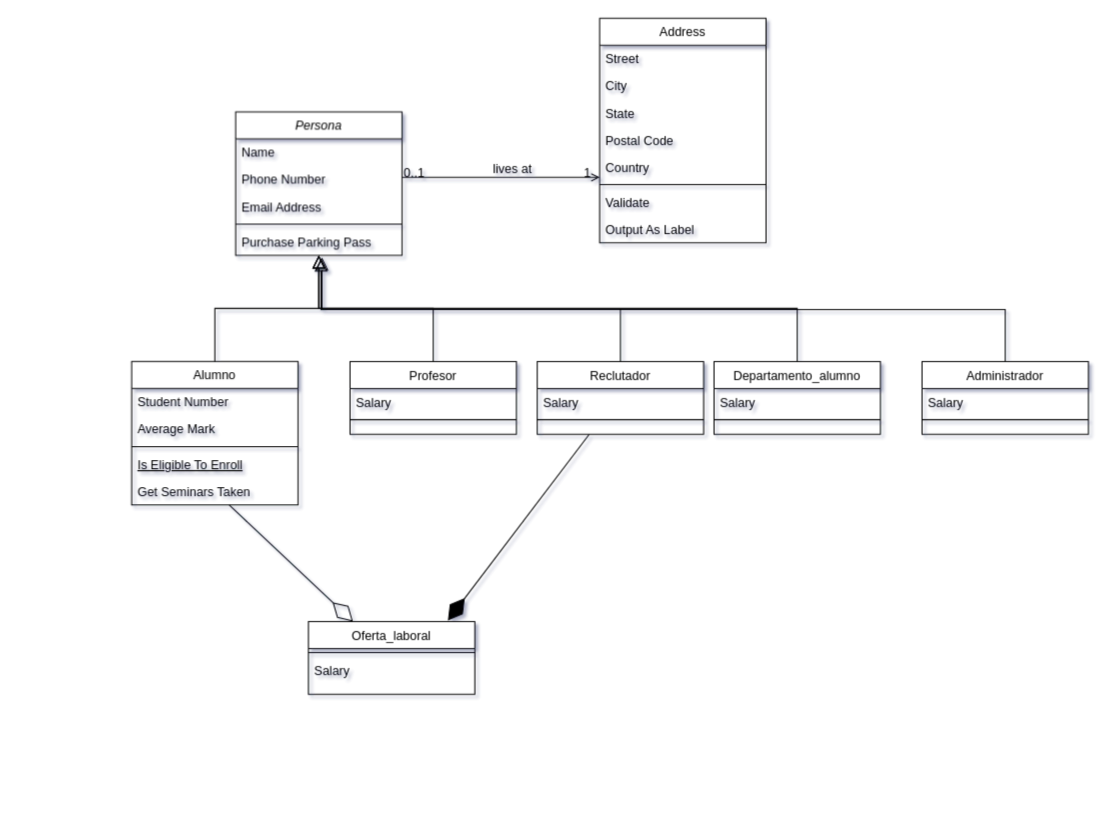
Above: Documentacion/Diagrama de clases.drawio in riascas/UniP (draw.io), before the change. Source tidied: cells renumbered, new cells numbered last; positions are measured from the earlier drawing's top-left corner, leaving out a move shared by most shapes. Both pictures are drawn from the tidied source at 104%, with x=0, y=0 at pixel (131, 18).
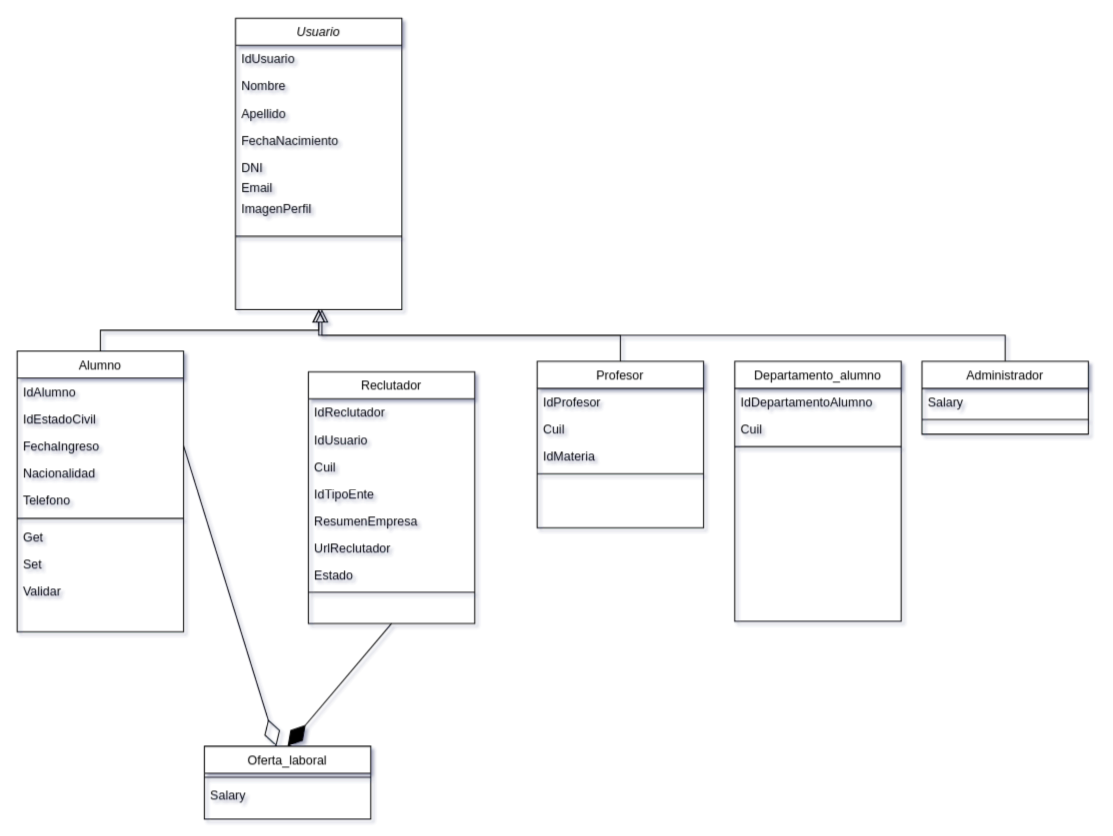
The same diagram, later.

Commit message (it also covers changes not shown here):
modificacion de clases

Unchanged cells that the change refers to:
```xml
<mxCell id="46" value="Administrador" style="swimlane;fontStyle=0;align=center;verticalAlign=top;horizontal=1;startSize=26;rounded=0;shadow=0;strokeWidth=1;" parent="1" vertex="1">
  <mxGeometry x="760" y="330" width="160" height="70" as="geometry" />
</mxCell>
```

What changed in the source:
```diff
@@
-    <mxCell id="2" value="Persona" style="swimlane;fontStyle=2;align=center;verticalAlign=top;horizontal=1;startSize=26;rounded=0;shadow=0;strokeWidth=1;" parent="1" vertex="1">
-      <mxGeometry x="100" y="90" width="160" height="138" as="geometry" />
+    <mxCell id="2" value="Usuario" style="swimlane;fontStyle=2;align=center;verticalAlign=top;horizontal=1;startSize=26;rounded=0;shadow=0;strokeWidth=1;" parent="1" vertex="1">
+      <mxGeometry x="100" width="160" height="280" as="geometry" />
     </mxCell>
-    <mxCell id="3" value="Name" style="text;align=left;verticalAlign=top;spacingLeft=4;spacingRight=4;overflow=hidden;" parent="2" vertex="1">
+    <mxCell id="3" value="IdUsuario " style="text;align=left;verticalAlign=top;spacingLeft=4;spacingRight=4;overflow=hidden;" parent="2" vertex="1">
       <mxGeometry y="26" width="160" height="26" as="geometry" />
     </mxCell>
-    <mxCell id="4" value="Phone Number" style="text;align=left;verticalAlign=top;spacingLeft=4;spacingRight=4;overflow=hidden;rounded=0;shadow=0;html=0;" parent="2" vertex="1">
+    <mxCell id="4" value="Nombre" style="text;align=left;verticalAlign=top;spacingLeft=4;spacingRight=4;overflow=hidden;rounded=0;shadow=0;html=0;" parent="2" vertex="1">
       <mxGeometry y="52" width="160" height="26" as="geometry" />
     </mxCell>
-    <mxCell id="5" value="Email Address" style="text;align=left;verticalAlign=top;spacingLeft=4;spacingRight=4;overflow=hidden;rounded=0;shadow=0;html=0;" parent="2" vertex="1">
+    <mxCell id="5" value="Apellido&#10;" style="text;align=left;verticalAlign=top;spacingLeft=4;spacingRight=4;overflow=hidden;rounded=0;shadow=0;html=0;" parent="2" vertex="1">
       <mxGeometry y="78" width="160" height="26" as="geometry" />
     </mxCell>
+    <mxCell id="7" value="FechaNacimiento" style="text;align=left;verticalAlign=top;spacingLeft=4;spacingRight=4;overflow=hidden;points=[[0,0.5],[1,0.5]];portConstraint=eastwest;" parent="2" vertex="1">
+      <mxGeometry y="104" width="160" height="26" as="geometry" />
+    </mxCell>
+    <mxCell id="49" value="DNI" style="text;align=left;verticalAlign=top;spacingLeft=4;spacingRight=4;overflow=hidden;" parent="2" vertex="1">
+      <mxGeometry y="130" width="160" height="20" as="geometry" />
+    </mxCell>
+    <mxCell id="50" value="Email" style="text;align=left;verticalAlign=top;spacingLeft=4;spacingRight=4;overflow=hidden;" parent="2" vertex="1">
+      <mxGeometry y="150" width="160" height="20" as="geometry" />
+    </mxCell>
+    <mxCell id="51" value="ImagenPerfil" style="text;align=left;verticalAlign=top;spacingLeft=4;spacingRight=4;overflow=hidden;" parent="2" vertex="1">
+      <mxGeometry y="170" width="160" height="20" as="geometry" />
+    </mxCell>
     <mxCell id="6" style="line;html=1;strokeWidth=1;align=left;verticalAlign=middle;spacingTop=-1;spacingLeft=3;spacingRight=3;labelPosition=right;" parent="2" vertex="1">
-      <mxGeometry y="104" width="160" height="8" as="geometry" />
+      <mxGeometry y="190" width="160" height="40" as="geometry" />
     </mxCell>
-    <mxCell id="7" value="Purchase Parking Pass" style="text;align=left;verticalAlign=top;spacingLeft=4;spacingRight=4;overflow=hidden;points=[[0,0.5],[1,0.5]];portConstraint=eastwest;" parent="2" vertex="1">
-      <mxGeometry y="112" width="160" height="26" as="geometry" />
-    </mxCell>
     <mxCell id="8" value="Alumno" style="swimlane;fontStyle=0;align=center;verticalAlign=top;horizontal=1;startSize=26;rounded=0;shadow=0;strokeWidth=1;" parent="1" vertex="1">
-      <mxGeometry y="330" width="160" height="138" as="geometry" />
+      <mxGeometry x="-110" y="320" width="160" height="270" as="geometry" />
     </mxCell>
-    <mxCell id="9" value="Student Number" style="text;align=left;verticalAlign=top;spacingLeft=4;spacingRight=4;overflow=hidden;" parent="8" vertex="1">
+    <mxCell id="9" value="IdAlumno" style="text;align=left;verticalAlign=top;spacingLeft=4;spacingRight=4;overflow=hidden;" parent="8" vertex="1">
       <mxGeometry y="26" width="160" height="26" as="geometry" />
     </mxCell>
-    <mxCell id="10" value="Average Mark" style="text;align=left;verticalAlign=top;spacingLeft=4;spacingRight=4;overflow=hidden;rounded=0;shadow=0;html=0;" parent="8" vertex="1">
-      <mxGeometry y="52" width="160" height="26" as="geometry" />
-    </mxCell>
+    <mxCell id="52" value="IdEstadoCivil" style="text;align=left;verticalAlign=top;spacingLeft=4;spacingRight=4;overflow=hidden;rounded=0;shadow=0;html=0;" parent="8" vertex="1">
+      <mxGeometry y="52" width="160" height="26" as="geometry" />
+    </mxCell>
+    <mxCell id="53" value="FechaIngreso" style="text;align=left;verticalAlign=top;spacingLeft=4;spacingRight=4;overflow=hidden;points=[[0,0.5],[1,0.5]];portConstraint=eastwest;rounded=0;shadow=0;html=0;" parent="8" vertex="1">
+      <mxGeometry y="78" width="160" height="26" as="geometry" />
+    </mxCell>
+    <mxCell id="54" value="Nacionalidad&#10;" style="text;align=left;verticalAlign=top;spacingLeft=4;spacingRight=4;overflow=hidden;rounded=0;shadow=0;html=0;" parent="8" vertex="1">
+      <mxGeometry y="104" width="160" height="26" as="geometry" />
+    </mxCell>
+    <mxCell id="55" value="Telefono" style="text;align=left;verticalAlign=top;spacingLeft=4;spacingRight=4;overflow=hidden;rounded=0;shadow=0;html=0;" parent="8" vertex="1">
+      <mxGeometry y="130" width="160" height="26" as="geometry" />
+    </mxCell>
     <mxCell id="11" style="line;html=1;strokeWidth=1;align=left;verticalAlign=middle;spacingTop=-1;spacingLeft=3;spacingRight=3;labelPosition=right;" parent="8" vertex="1">
-      <mxGeometry y="78" width="160" height="8" as="geometry" />
+      <mxGeometry y="156" width="160" height="10" as="geometry" />
     </mxCell>
-    <mxCell id="12" value="Is Eligible To Enroll" style="text;align=left;verticalAlign=top;spacingLeft=4;spacingRight=4;overflow=hidden;fontStyle=4;" parent="8" vertex="1">
-      <mxGeometry y="86" width="160" height="26" as="geometry" />
-    </mxCell>
-    <mxCell id="13" value="Get Seminars Taken" style="text;align=left;verticalAlign=top;spacingLeft=4;spacingRight=4;overflow=hidden;points=[[0,0.5],[1,0.5]];portConstraint=eastwest;" parent="8" vertex="1">
-      <mxGeometry y="112" width="160" height="26" as="geometry" />
-    </mxCell>
+    <mxCell id="56" value="Get" style="text;align=left;verticalAlign=top;spacingLeft=4;spacingRight=4;overflow=hidden;rounded=0;shadow=0;html=0;" parent="8" vertex="1">
+      <mxGeometry y="166" width="160" height="26" as="geometry" />
+    </mxCell>
+    <mxCell id="57" value="Set" style="text;align=left;verticalAlign=top;spacingLeft=4;spacingRight=4;overflow=hidden;rounded=0;shadow=0;html=0;" parent="8" vertex="1">
+      <mxGeometry y="192" width="160" height="26" as="geometry" />
+    </mxCell>
+    <mxCell id="58" value="Validar" style="text;align=left;verticalAlign=top;spacingLeft=4;spacingRight=4;overflow=hidden;rounded=0;shadow=0;html=0;" parent="8" vertex="1">
+      <mxGeometry y="218" width="160" height="26" as="geometry" />
+    </mxCell>
     <mxCell id="14" style="endArrow=block;endSize=10;endFill=0;shadow=0;strokeWidth=1;rounded=0;edgeStyle=elbowEdgeStyle;elbow=vertical;" parent="1" edge="1" source="8" target="2">
-      <mxGeometry relative="1" as="geometry" />
+      <mxGeometry relative="1" as="geometry">
+        <Array as="points">
+          <mxPoint x="80" y="300" />
+        </Array>
+      </mxGeometry>
     </mxCell>
     <mxCell id="15" value="Profesor" style="swimlane;fontStyle=0;align=center;verticalAlign=top;horizontal=1;startSize=26;rounded=0;shadow=0;strokeWidth=1;" parent="1" vertex="1">
-      <mxGeometry x="210" y="330" width="160" height="70" as="geometry" />
+      <mxGeometry x="390" y="330" width="160" height="160" as="geometry" />
     </mxCell>
-    <mxCell id="16" value="Salary" style="text;align=left;verticalAlign=top;spacingLeft=4;spacingRight=4;overflow=hidden;" parent="15" vertex="1">
+    <mxCell id="16" value="IdProfesor" style="text;align=left;verticalAlign=top;spacingLeft=4;spacingRight=4;overflow=hidden;" parent="15" vertex="1">
       <mxGeometry y="26" width="160" height="26" as="geometry" />
     </mxCell>
+    <mxCell id="59" value="Cuil" style="text;align=left;verticalAlign=top;spacingLeft=4;spacingRight=4;overflow=hidden;" parent="15" vertex="1">
+      <mxGeometry y="52" width="160" height="26" as="geometry" />
+    </mxCell>
+    <mxCell id="60" value="IdMateria" style="text;align=left;verticalAlign=top;spacingLeft=4;spacingRight=4;overflow=hidden;" parent="15" vertex="1">
+      <mxGeometry y="78" width="160" height="26" as="geometry" />
+    </mxCell>
     <mxCell id="17" style="line;html=1;strokeWidth=1;align=left;verticalAlign=middle;spacingTop=-1;spacingLeft=3;spacingRight=3;labelPosition=right;" parent="15" vertex="1">
-      <mxGeometry y="52" width="160" height="8" as="geometry" />
+      <mxGeometry y="104" width="160" height="8" as="geometry" />
     </mxCell>
@@
-    <mxCell id="19" value="Address" style="swimlane;fontStyle=0;align=center;verticalAlign=top;horizontal=1;startSize=26;rounded=0;shadow=0;strokeWidth=1;" parent="1" vertex="1">
-      <mxGeometry x="450" width="160" height="216" as="geometry" />
-    </mxCell>
-    <mxCell id="20" value="Street" style="text;align=left;verticalAlign=top;spacingLeft=4;spacingRight=4;overflow=hidden;" parent="19" vertex="1">
-      <mxGeometry y="26" width="160" height="26" as="geometry" />
-    </mxCell>
-    <mxCell id="21" value="City" style="text;align=left;verticalAlign=top;spacingLeft=4;spacingRight=4;overflow=hidden;rounded=0;shadow=0;html=0;" parent="19" vertex="1">
-      <mxGeometry y="52" width="160" height="26" as="geometry" />
-    </mxCell>
-    <mxCell id="22" value="State" style="text;align=left;verticalAlign=top;spacingLeft=4;spacingRight=4;overflow=hidden;rounded=0;shadow=0;html=0;" parent="19" vertex="1">
-      <mxGeometry y="78" width="160" height="26" as="geometry" />
-    </mxCell>
-    <mxCell id="23" value="Postal Code" style="text;align=left;verticalAlign=top;spacingLeft=4;spacingRight=4;overflow=hidden;rounded=0;shadow=0;html=0;" parent="19" vertex="1">
-      <mxGeometry y="104" width="160" height="26" as="geometry" />
-    </mxCell>
-    <mxCell id="24" value="Country" style="text;align=left;verticalAlign=top;spacingLeft=4;spacingRight=4;overflow=hidden;rounded=0;shadow=0;html=0;" parent="19" vertex="1">
-      <mxGeometry y="130" width="160" height="26" as="geometry" />
-    </mxCell>
-    <mxCell id="25" style="line;html=1;strokeWidth=1;align=left;verticalAlign=middle;spacingTop=-1;spacingLeft=3;spacingRight=3;labelPosition=right;" parent="19" vertex="1">
-      <mxGeometry y="156" width="160" height="8" as="geometry" />
-    </mxCell>
-    <mxCell id="26" value="Validate" style="text;align=left;verticalAlign=top;spacingLeft=4;spacingRight=4;overflow=hidden;" parent="19" vertex="1">
-      <mxGeometry y="164" width="160" height="26" as="geometry" />
-    </mxCell>
-    <mxCell id="27" value="Output As Label" style="text;align=left;verticalAlign=top;spacingLeft=4;spacingRight=4;overflow=hidden;" parent="19" vertex="1">
-      <mxGeometry y="190" width="160" height="26" as="geometry" />
-    </mxCell>
-    <mxCell id="28" style="endArrow=open;shadow=0;strokeWidth=1;rounded=0;endFill=1;edgeStyle=elbowEdgeStyle;elbow=vertical;" parent="1" edge="1" source="2" target="19">
-      <mxGeometry x="0.5" y="41" relative="1" as="geometry">
-        <mxPoint x="-40" y="32" as="offset" />
-      </mxGeometry>
-    </mxCell>
-    <mxCell id="29" value="0..1" style="align=left;verticalAlign=bottom;labelBackgroundColor=none;fontSize=12;" parent="28" vertex="1">
-      <mxGeometry x="-1" relative="1" as="geometry">
-        <mxPoint y="4" as="offset" />
-      </mxGeometry>
-    </mxCell>
-    <mxCell id="30" value="1" style="align=right;verticalAlign=bottom;labelBackgroundColor=none;fontSize=12;" parent="28" vertex="1">
-      <mxGeometry x="1" relative="1" as="geometry">
-        <mxPoint x="-7" y="4" as="offset" />
-      </mxGeometry>
-    </mxCell>
-    <mxCell id="31" value="lives at" style="text;html=1;align=center;verticalAlign=middle;labelBackgroundColor=none;rounded=0;shadow=0;strokeWidth=1;fontSize=12;" parent="28" vertex="1">
-      <mxGeometry x="0.5" y="49" relative="1" as="geometry">
-        <mxPoint x="-38" y="40" as="offset" />
-      </mxGeometry>
-    </mxCell>
     <mxCell id="32" value="Reclutador" style="swimlane;fontStyle=0;align=center;verticalAlign=top;horizontal=1;startSize=26;rounded=0;shadow=0;strokeWidth=1;" parent="1" vertex="1">
-      <mxGeometry x="390" y="330" width="160" height="70" as="geometry" />
+      <mxGeometry x="170" y="340" width="160" height="242" as="geometry" />
     </mxCell>
-    <mxCell id="33" value="Salary" style="text;align=left;verticalAlign=top;spacingLeft=4;spacingRight=4;overflow=hidden;" parent="32" vertex="1">
-      <mxGeometry y="26" width="160" height="26" as="geometry" />
-    </mxCell>
+    <mxCell id="61" value="IdReclutador" style="text;align=left;verticalAlign=top;spacingLeft=4;spacingRight=4;overflow=hidden;" parent="32" vertex="1">
+      <mxGeometry y="26" width="160" height="26" as="geometry" />
+    </mxCell>
+    <mxCell id="62" value="IdUsuario" style="text;align=left;verticalAlign=top;spacingLeft=4;spacingRight=4;overflow=hidden;" parent="32" vertex="1">
+      <mxGeometry y="52" width="160" height="26" as="geometry" />
+    </mxCell>
+    <mxCell id="63" value="Cuil" style="text;align=left;verticalAlign=top;spacingLeft=4;spacingRight=4;overflow=hidden;" parent="32" vertex="1">
+      <mxGeometry y="78" width="160" height="26" as="geometry" />
+    </mxCell>
+    <mxCell id="64" value="IdTipoEnte" style="text;align=left;verticalAlign=top;spacingLeft=4;spacingRight=4;overflow=hidden;" parent="32" vertex="1">
+      <mxGeometry y="104" width="160" height="26" as="geometry" />
+    </mxCell>
+    <mxCell id="65" value="ResumenEmpresa" style="text;align=left;verticalAlign=top;spacingLeft=4;spacingRight=4;overflow=hidden;" parent="32" vertex="1">
+      <mxGeometry y="130" width="160" height="26" as="geometry" />
+    </mxCell>
+    <mxCell id="66" value="UrlReclutador" style="text;align=left;verticalAlign=top;spacingLeft=4;spacingRight=4;overflow=hidden;" parent="32" vertex="1">
+      <mxGeometry y="156" width="160" height="26" as="geometry" />
+    </mxCell>
+    <mxCell id="67" value="Estado" style="text;align=left;verticalAlign=top;spacingLeft=4;spacingRight=4;overflow=hidden;" parent="32" vertex="1">
+      <mxGeometry y="182" width="160" height="26" as="geometry" />
+    </mxCell>
     <mxCell id="34" style="line;html=1;strokeWidth=1;align=left;verticalAlign=middle;spacingTop=-1;spacingLeft=3;spacingRight=3;labelPosition=right;" parent="32" vertex="1">
-      <mxGeometry y="52" width="160" height="8" as="geometry" />
+      <mxGeometry y="208" width="160" height="8" as="geometry" />
     </mxCell>
     <mxCell id="35" value="Departamento_alumno" style="swimlane;fontStyle=0;align=center;verticalAlign=top;horizontal=1;startSize=26;rounded=0;shadow=0;strokeWidth=1;" parent="1" vertex="1">
-      <mxGeometry x="560" y="330" width="160" height="70" as="geometry" />
+      <mxGeometry x="580" y="330" width="160" height="250" as="geometry" />
     </mxCell>
-    <mxCell id="36" value="Salary" style="text;align=left;verticalAlign=top;spacingLeft=4;spacingRight=4;overflow=hidden;" parent="35" vertex="1">
+    <mxCell id="36" value="IdDepartamentoAlumno" style="text;align=left;verticalAlign=top;spacingLeft=4;spacingRight=4;overflow=hidden;" parent="35" vertex="1">
       <mxGeometry y="26" width="160" height="26" as="geometry" />
     </mxCell>
+    <mxCell id="68" value="Cuil" style="text;align=left;verticalAlign=top;spacingLeft=4;spacingRight=4;overflow=hidden;" parent="35" vertex="1">
+      <mxGeometry y="52" width="160" height="26" as="geometry" />
+    </mxCell>
     <mxCell id="37" style="line;html=1;strokeWidth=1;align=left;verticalAlign=middle;spacingTop=-1;spacingLeft=3;spacingRight=3;labelPosition=right;" parent="35" vertex="1">
-      <mxGeometry y="52" width="160" height="8" as="geometry" />
+      <mxGeometry y="78" width="160" height="8" as="geometry" />
     </mxCell>
-    <mxCell id="38" style="endArrow=block;endSize=10;endFill=0;shadow=0;strokeWidth=1;rounded=0;edgeStyle=elbowEdgeStyle;elbow=vertical;exitX=0.5;exitY=0;exitDx=0;exitDy=0;" parent="1" edge="1" source="35" target="7">
-      <mxGeometry relative="1" as="geometry" />
-    </mxCell>
-    <mxCell id="39" style="endArrow=block;endSize=10;endFill=0;shadow=0;strokeWidth=1;rounded=0;edgeStyle=elbowEdgeStyle;elbow=vertical;exitX=0.5;exitY=0;exitDx=0;exitDy=0;entryX=0.513;entryY=1.115;entryDx=0;entryDy=0;entryPerimeter=0;" parent="1" edge="1" source="32" target="7">
-      <mxGeometry relative="1" as="geometry" />
-    </mxCell>
     <mxCell id="40" value="Oferta_laboral" style="swimlane;fontStyle=0;align=center;verticalAlign=top;horizontal=1;startSize=26;rounded=0;shadow=0;strokeWidth=1;" parent="1" vertex="1">
-      <mxGeometry x="170" y="580" width="160" height="70" as="geometry" />
+      <mxGeometry x="70" y="700" width="160" height="70" as="geometry" />
     </mxCell>
@@
-    <mxCell id="43" style="endArrow=diamondThin;endFill=1;endSize=24;html=1;rounded=0;entryX=0.838;entryY=-0.014;entryDx=0;entryDy=0;entryPerimeter=0;" parent="1" edge="1" target="40">
-      <mxGeometry relative="1" as="geometry">
-        <mxPoint x="440" y="400" as="sourcePoint" />
-      </mxGeometry>
+    <mxCell id="43" style="endArrow=diamondThin;endFill=1;endSize=24;html=1;rounded=0;entryX=0.5;entryY=0;entryDx=0;entryDy=0;exitX=0.5;exitY=1;exitDx=0;exitDy=0;" parent="1" edge="1" source="32" target="40">
+      <mxGeometry relative="1" as="geometry" />
     </mxCell>
-    <mxCell id="44" style="endArrow=diamondThin;endFill=0;endSize=24;html=1;rounded=0;" parent="1" edge="1" source="13" target="40">
+    <mxCell id="44" style="endArrow=diamondThin;endFill=0;endSize=24;html=1;rounded=0;exitX=1;exitY=0.5;exitDx=0;exitDy=0;" parent="1" edge="1" source="53" target="40">
       <mxGeometry relative="1" as="geometry" />
     </mxCell>
     <mxCell id="45" style="endArrow=block;endSize=10;endFill=0;shadow=0;strokeWidth=1;rounded=0;edgeStyle=elbowEdgeStyle;elbow=vertical;" parent="1" edge="1" source="46">
       <mxGeometry relative="1" as="geometry">
-        <mxPoint x="183" y="230" as="targetPoint" />
+        <mxPoint x="183" y="280" as="targetPoint" />
       </mxGeometry>
     </mxCell>
```
